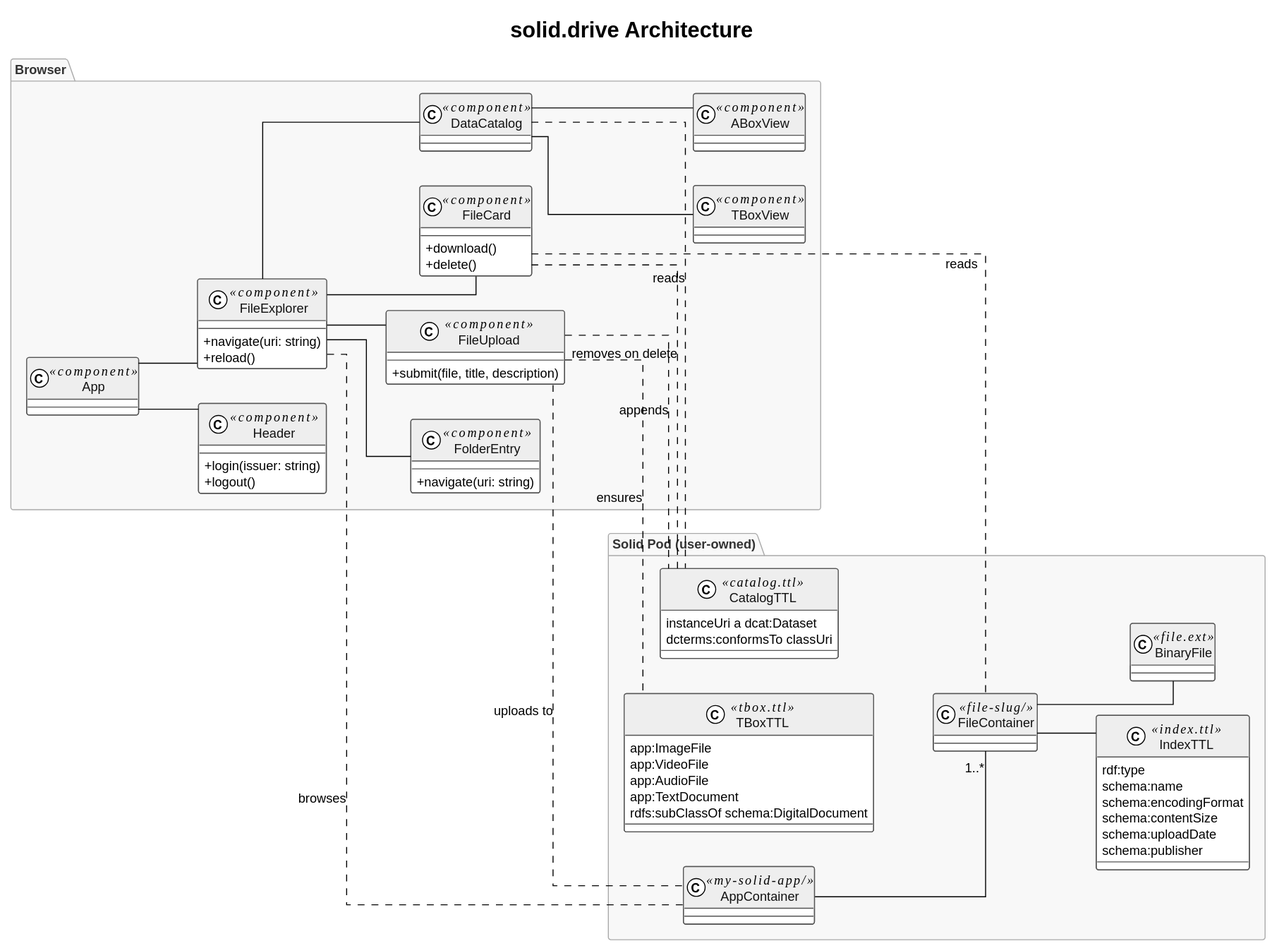
Before: docs/architecture.svg, a diagram exported from PlantUML (WSE-research/Solid.Drive).
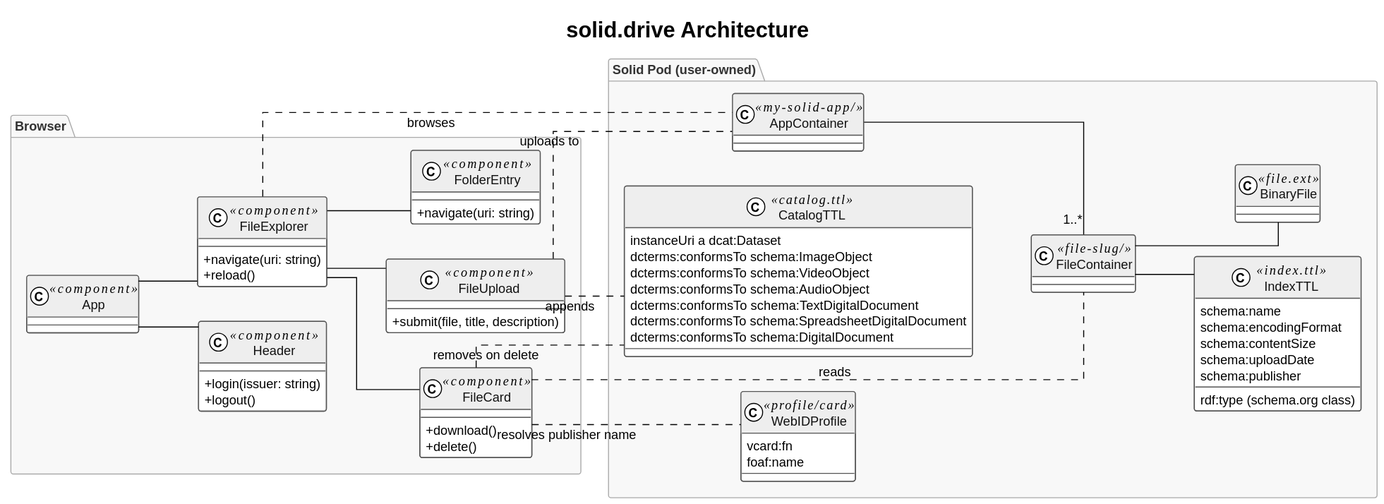
After the commit.

What changed in the source:
```diff
@@ -51,33 +51,23 @@
     +navigate(uri: string)
   }
 
-  class DataCatalog <<component>>
-  class TBoxView <<component>>
-  class ABoxView <<component>>
-
   App -- Header
   App -- FileExplorer
   FileExplorer -- FileUpload
   FileExplorer -- FileCard
   FileExplorer -- FolderEntry
-  FileExplorer -- DataCatalog
-  DataCatalog -- TBoxView
-  DataCatalog -- ABoxView
 }
 
 package "Solid Pod (user-owned)" {
 
-  class TBoxTTL <<tbox.ttl>> {
-    app:ImageFile
-    app:VideoFile
-    app:AudioFile
-    app:TextDocument
-    rdfs:subClassOf schema:DigitalDocument
-  }
-
   class CatalogTTL <<catalog.ttl>> {
     instanceUri a dcat:Dataset
-    dcterms:conformsTo classUri
+    dcterms:conformsTo schema:ImageObject
+    dcterms:conformsTo schema:VideoObject
+    dcterms:conformsTo schema:AudioObject
+    dcterms:conformsTo schema:TextDigitalDocument
+    dcterms:conformsTo schema:SpreadsheetDigitalDocument
+    dcterms:conformsTo schema:DigitalDocument
   }
 
   class AppContainer <<my-solid-app/>>
@@ -85,7 +75,7 @@
   class FileContainer <<file-slug/>>
 
   class IndexTTL <<index.ttl>> {
-    rdf:type
+    rdf:type (schema.org class)
     schema:name
     schema:encodingFormat
     schema:contentSize
@@ -95,16 +85,20 @@
 
   class BinaryFile <<file.ext>>
 
+  class WebIDProfile <<profile/card>> {
+    vcard:fn
+    foaf:name
+  }
+
   AppContainer -- "1..*" FileContainer
   FileContainer -- IndexTTL
   FileContainer -- BinaryFile
 }
 
-FileUpload .. TBoxTTL    : ensures
-FileUpload .. CatalogTTL : appends
+FileUpload .. CatalogTTL   : appends
 FileUpload .. AppContainer : uploads to
 FileCard .. FileContainer  : reads
-FileCard .. CatalogTTL    : removes on delete
-DataCatalog .. CatalogTTL : reads
+FileCard .. CatalogTTL     : removes on delete
+FileCard .. WebIDProfile   : resolves publisher name
 FileExplorer .. AppContainer : browses
 @enduml
```
